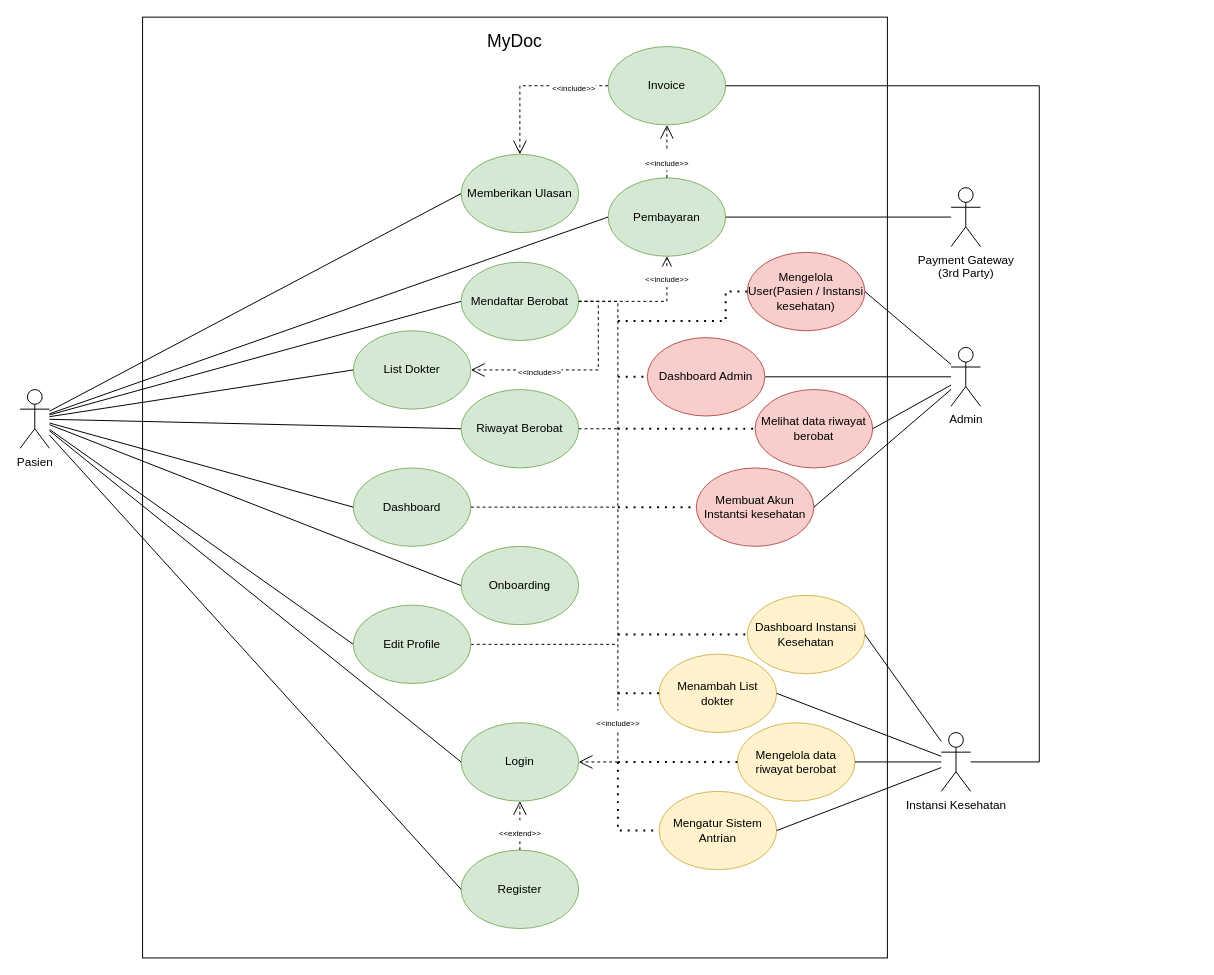
Earlier version of the draw.io diagram page "Revisi 1.1" (2 of 2) of documents/usecase_diagram.drawio (codernewbie04/MyDoc). Source tidied: cells renumbered, new cells numbered last; positions are measured from the earlier drawing's top-left corner, leaving out a move shared by most shapes. Both pictures are drawn from the tidied source at 98%, with x=0, y=0 at pixel (20, 17).
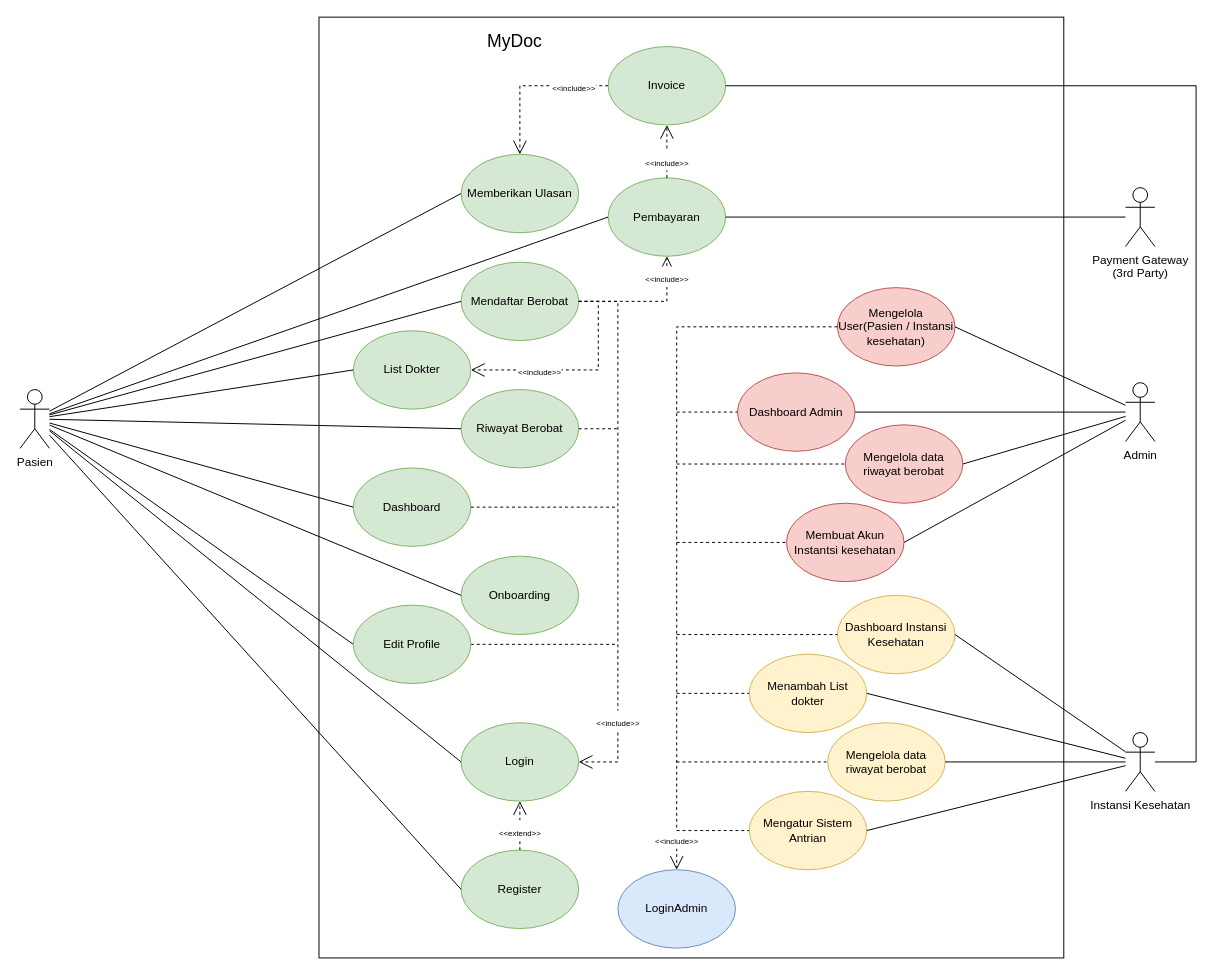
After the change.

Unchanged cells that the change refers to:
```xml
<mxCell id="31" value="Invoice" style="ellipse;whiteSpace=wrap;html=1;fillColor=#d5e8d4;strokeColor=#82b366;" parent="1" vertex="1">
  <mxGeometry x="600" y="30" width="120" height="80" as="geometry" />
</mxCell>
```

The edit, as a diff of the source:
```diff
@@
     <mxCell id="2" style="rounded=0;whiteSpace=wrap;html=1;" parent="1" vertex="1">
-      <mxGeometry x="125" width="760" height="960" as="geometry" />
+      <mxGeometry x="305" width="760" height="960" as="geometry" />
     </mxCell>
@@
     <mxCell id="5" value="Instansi Kesehatan" style="shape=umlActor;verticalLabelPosition=bottom;verticalAlign=top;html=1;outlineConnect=0;" parent="1" vertex="1">
-      <mxGeometry x="940" y="730" width="30" height="60" as="geometry" />
+      <mxGeometry x="1128" y="730" width="30" height="60" as="geometry" />
     </mxCell>
     <mxCell id="6" value="Admin" style="shape=umlActor;verticalLabelPosition=bottom;verticalAlign=top;html=1;outlineConnect=0;" parent="1" vertex="1">
-      <mxGeometry x="950" y="337" width="30" height="60" as="geometry" />
+      <mxGeometry x="1128" y="373" width="30" height="60" as="geometry" />
     </mxCell>
@@
     <mxCell id="12" value="Onboarding" style="ellipse;whiteSpace=wrap;html=1;fillColor=#d5e8d4;strokeColor=#82b366;" parent="1" vertex="1">
-      <mxGeometry x="450" y="540" width="120" height="80" as="geometry" />
+      <mxGeometry x="450" y="550" width="120" height="80" as="geometry" />
     </mxCell>
@@
     <mxCell id="28" value="Payment Gateway&lt;br&gt;(3rd Party)" style="shape=umlActor;verticalLabelPosition=bottom;verticalAlign=top;html=1;outlineConnect=0;" parent="1" vertex="1">
-      <mxGeometry x="950" y="174" width="30" height="60" as="geometry" />
+      <mxGeometry x="1128" y="174" width="30" height="60" as="geometry" />
     </mxCell>
@@
     <mxCell id="38" value="Mengelola User(Pasien / Instansi kesehatan)" style="ellipse;whiteSpace=wrap;html=1;fillColor=#f8cecc;strokeColor=#b85450;" parent="1" vertex="1">
-      <mxGeometry x="742" y="240" width="120" height="80" as="geometry" />
+      <mxGeometry x="834" y="276" width="120" height="80" as="geometry" />
     </mxCell>
@@
     <mxCell id="41" value="Dashboard Admin" style="ellipse;whiteSpace=wrap;html=1;fillColor=#f8cecc;strokeColor=#b85450;" parent="1" vertex="1">
-      <mxGeometry x="640" y="327" width="120" height="80" as="geometry" />
+      <mxGeometry x="732" y="363" width="120" height="80" as="geometry" />
     </mxCell>
     <mxCell id="42" value="Dashboard&amp;nbsp;&lt;span style=&quot;&quot;&gt;Instansi Kesehatan&lt;/span&gt;" style="ellipse;whiteSpace=wrap;html=1;fillColor=#fff2cc;strokeColor=#d6b656;" parent="1" vertex="1">
-      <mxGeometry x="742" y="590" width="120" height="80" as="geometry" />
+      <mxGeometry x="834" y="590" width="120" height="80" as="geometry" />
     </mxCell>
     <mxCell id="43" value="Membuat Akun Instantsi kesehatan" style="ellipse;whiteSpace=wrap;html=1;fillColor=#f8cecc;strokeColor=#b85450;" parent="1" vertex="1">
-      <mxGeometry x="690" y="460" width="120" height="80" as="geometry" />
+      <mxGeometry x="782" y="496" width="120" height="80" as="geometry" />
     </mxCell>
@@
     <mxCell id="46" value="Menambah List dokter" style="ellipse;whiteSpace=wrap;html=1;fillColor=#fff2cc;strokeColor=#d6b656;" parent="1" vertex="1">
-      <mxGeometry x="652" y="650" width="120" height="80" as="geometry" />
+      <mxGeometry x="744" y="650" width="120" height="80" as="geometry" />
     </mxCell>
@@
     <mxCell id="48" style="endArrow=none;html=1;rounded=0;fontSize=8;exitX=1;exitY=0.5;exitDx=0;exitDy=0;" parent="1" edge="1" source="31" target="5">
       <mxGeometry relative="1" as="geometry">
         <Array as="points">
-          <mxPoint x="1040" y="70" />
-          <mxPoint x="1040" y="760" />
+          <mxPoint x="1200" y="70" />
+          <mxPoint x="1200" y="760" />
         </Array>
       </mxGeometry>
     </mxCell>
     <mxCell id="49" value="Mengelola data riwayat berobat" style="ellipse;whiteSpace=wrap;html=1;fillColor=#fff2cc;strokeColor=#d6b656;" parent="1" vertex="1">
-      <mxGeometry x="732" y="720" width="120" height="80" as="geometry" />
+      <mxGeometry x="824" y="720" width="120" height="80" as="geometry" />
     </mxCell>
     <mxCell id="50" value="Mengatur Sistem Antrian" style="ellipse;whiteSpace=wrap;html=1;fillColor=#fff2cc;strokeColor=#d6b656;" parent="1" vertex="1">
-      <mxGeometry x="652" y="790" width="120" height="80" as="geometry" />
+      <mxGeometry x="744" y="790" width="120" height="80" as="geometry" />
     </mxCell>
@@
-    <mxCell id="54" value="Melihat data riwayat berobat" style="ellipse;whiteSpace=wrap;html=1;fillColor=#f8cecc;strokeColor=#b85450;" parent="1" vertex="1">
-      <mxGeometry x="750" y="380" width="120" height="80" as="geometry" />
+    <mxCell id="54" value="Mengelola data riwayat berobat" style="ellipse;whiteSpace=wrap;html=1;fillColor=#f8cecc;strokeColor=#b85450;" parent="1" vertex="1">
+      <mxGeometry x="842" y="416" width="120" height="80" as="geometry" />
     </mxCell>
@@
-    <mxCell id="56" style="endArrow=none;dashed=1;html=1;dashPattern=1 3;strokeWidth=2;rounded=0;entryX=0;entryY=0.5;entryDx=0;entryDy=0;" parent="1" edge="1" target="41">
-      <mxGeometry relative="1" as="geometry">
-        <mxPoint x="610" y="367" as="sourcePoint" />
-      </mxGeometry>
-    </mxCell>
-    <mxCell id="57" style="endArrow=none;dashed=1;html=1;dashPattern=1 3;strokeWidth=2;rounded=0;entryX=0;entryY=0.5;entryDx=0;entryDy=0;" parent="1" edge="1" target="38">
-      <mxGeometry relative="1" as="geometry">
-        <mxPoint x="610" y="310" as="sourcePoint" />
-        <Array as="points">
-          <mxPoint x="720" y="310" />
-          <mxPoint x="720" y="280" />
-        </Array>
-      </mxGeometry>
-    </mxCell>
-    <mxCell id="58" style="endArrow=none;dashed=1;html=1;dashPattern=1 3;strokeWidth=2;rounded=0;entryX=0;entryY=0.5;entryDx=0;entryDy=0;" parent="1" edge="1" target="54">
-      <mxGeometry relative="1" as="geometry">
-        <mxPoint x="610" y="420" as="sourcePoint" />
-      </mxGeometry>
-    </mxCell>
-    <mxCell id="59" style="endArrow=none;dashed=1;html=1;dashPattern=1 3;strokeWidth=2;rounded=0;entryX=0;entryY=0.5;entryDx=0;entryDy=0;" parent="1" edge="1" target="43">
-      <mxGeometry relative="1" as="geometry">
-        <mxPoint x="610" y="500" as="sourcePoint" />
-      </mxGeometry>
-    </mxCell>
-    <mxCell id="60" style="endArrow=none;dashed=1;html=1;dashPattern=1 3;strokeWidth=2;rounded=0;entryX=0;entryY=0.5;entryDx=0;entryDy=0;" parent="1" edge="1" target="42">
-      <mxGeometry relative="1" as="geometry">
-        <mxPoint x="610" y="630" as="sourcePoint" />
-      </mxGeometry>
-    </mxCell>
-    <mxCell id="61" style="endArrow=none;dashed=1;html=1;dashPattern=1 3;strokeWidth=2;rounded=0;entryX=0;entryY=0.5;entryDx=0;entryDy=0;" parent="1" edge="1" target="46">
-      <mxGeometry relative="1" as="geometry">
-        <mxPoint x="610" y="690" as="sourcePoint" />
-      </mxGeometry>
-    </mxCell>
-    <mxCell id="62" style="endArrow=none;dashed=1;html=1;dashPattern=1 3;strokeWidth=2;rounded=0;entryX=0;entryY=0.5;entryDx=0;entryDy=0;" parent="1" edge="1" target="49">
-      <mxGeometry relative="1" as="geometry">
-        <mxPoint x="610" y="760" as="sourcePoint" />
-      </mxGeometry>
-    </mxCell>
-    <mxCell id="63" style="endArrow=none;dashed=1;html=1;dashPattern=1 3;strokeWidth=2;rounded=0;entryX=0;entryY=0.5;entryDx=0;entryDy=0;" parent="1" edge="1" target="50">
-      <mxGeometry relative="1" as="geometry">
-        <mxPoint x="610" y="760" as="sourcePoint" />
-        <Array as="points">
-          <mxPoint x="610" y="830" />
-        </Array>
-      </mxGeometry>
-    </mxCell>
+    <mxCell id="64" value="LoginAdmin" style="ellipse;whiteSpace=wrap;html=1;fillColor=#dae8fc;strokeColor=#6c8ebf;" parent="1" vertex="1">
+      <mxGeometry x="610" y="870" width="120" height="80" as="geometry" />
+    </mxCell>
+    <mxCell id="65" value="&lt;font style=&quot;font-size: 8px; line-height: 0.8;&quot;&gt;&amp;lt;&amp;lt;include&amp;gt;&amp;gt;&lt;/font&gt;" style="endArrow=open;endSize=12;dashed=1;html=1;rounded=0;fontSize=18;exitX=0;exitY=0.5;exitDx=0;exitDy=0;" parent="1" edge="1" source="38" target="64">
+      <mxGeometry x="0.91" relative="1" as="geometry">
+        <Array as="points">
+          <mxPoint x="670" y="316" />
+        </Array>
+      </mxGeometry>
+    </mxCell>
+    <mxCell id="66" style="endArrow=none;dashed=1;html=1;rounded=0;fontSize=8;entryX=0;entryY=0.5;entryDx=0;entryDy=0;" parent="1" edge="1" target="41">
+      <mxGeometry relative="1" as="geometry">
+        <mxPoint x="670" y="403" as="sourcePoint" />
+      </mxGeometry>
+    </mxCell>
+    <mxCell id="67" style="endArrow=none;dashed=1;html=1;rounded=0;fontSize=8;entryX=0;entryY=0.5;entryDx=0;entryDy=0;" parent="1" edge="1" target="54">
+      <mxGeometry relative="1" as="geometry">
+        <mxPoint x="670" y="456" as="sourcePoint" />
+      </mxGeometry>
+    </mxCell>
+    <mxCell id="68" style="endArrow=none;dashed=1;html=1;rounded=0;fontSize=8;entryX=0;entryY=0.5;entryDx=0;entryDy=0;" parent="1" edge="1" target="43">
+      <mxGeometry relative="1" as="geometry">
+        <mxPoint x="670" y="536" as="sourcePoint" />
+      </mxGeometry>
+    </mxCell>
+    <mxCell id="69" style="endArrow=none;dashed=1;html=1;rounded=0;fontSize=8;entryX=0;entryY=0.5;entryDx=0;entryDy=0;" parent="1" edge="1" target="42">
+      <mxGeometry relative="1" as="geometry">
+        <mxPoint x="670" y="630" as="sourcePoint" />
+      </mxGeometry>
+    </mxCell>
+    <mxCell id="70" style="endArrow=none;dashed=1;html=1;rounded=0;fontSize=8;entryX=0;entryY=0.5;entryDx=0;entryDy=0;" parent="1" edge="1" target="46">
+      <mxGeometry relative="1" as="geometry">
+        <mxPoint x="670" y="690" as="sourcePoint" />
+      </mxGeometry>
+    </mxCell>
+    <mxCell id="71" style="endArrow=none;dashed=1;html=1;rounded=0;fontSize=8;entryX=0;entryY=0.5;entryDx=0;entryDy=0;" parent="1" edge="1" target="49">
+      <mxGeometry relative="1" as="geometry">
+        <mxPoint x="670" y="760" as="sourcePoint" />
+      </mxGeometry>
+    </mxCell>
+    <mxCell id="72" style="endArrow=none;dashed=1;html=1;rounded=0;fontSize=8;entryX=0;entryY=0.5;entryDx=0;entryDy=0;" parent="1" edge="1" target="50">
+      <mxGeometry relative="1" as="geometry">
+        <mxPoint x="670" y="830" as="sourcePoint" />
+      </mxGeometry>
+    </mxCell>
```
